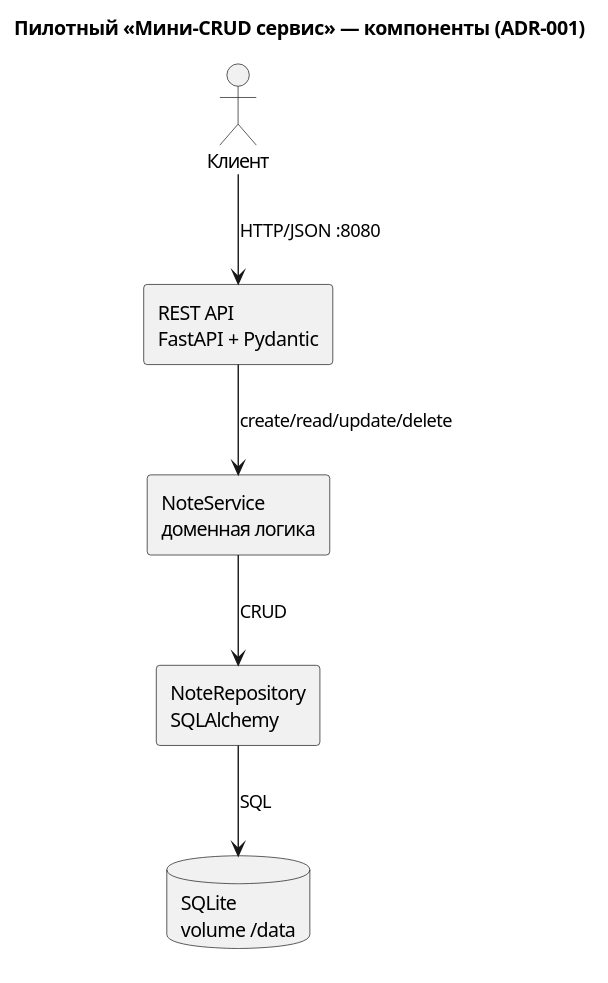
Before: docs/architecture/pilot-components.svg, a diagram exported from PlantUML (serge-sasov/harness). Its diagram source:
```plantuml
@startuml
skinparam componentStyle rectangle
skinparam defaultFontName Segoe UI
title Пилотный «Мини-CRUD сервис» — компоненты (ADR-001)

actor "Клиент" as client
component "REST API\nFastAPI + Pydantic" as api
component "NoteService\nдоменная логика" as svc
component "NoteRepository\nSQLAlchemy" as repo
database "SQLite\nvolume /data" as db

client --> api : HTTP/JSON :8080
api --> svc : create/read/update/delete
svc --> repo : CRUD
repo --> db : SQL
@enduml
```
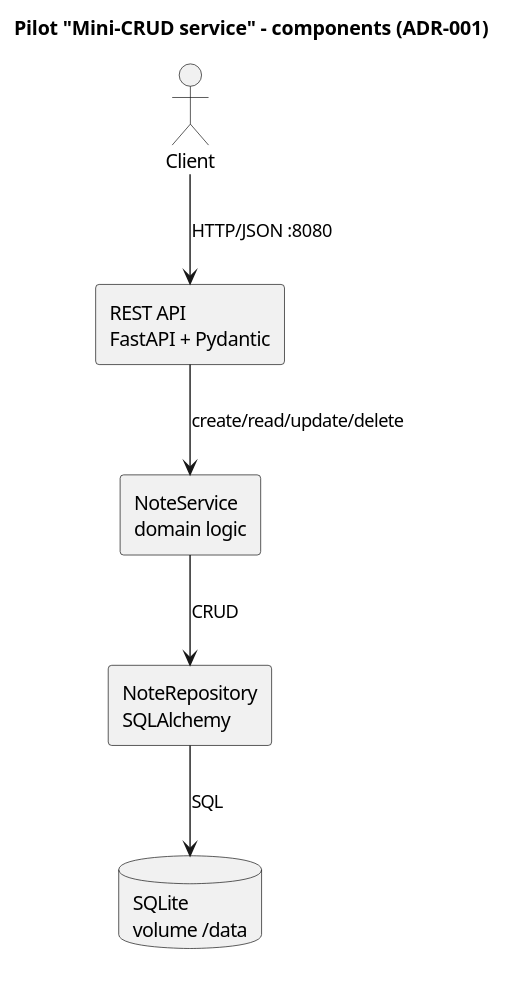
After the change.

Change to the diagram source:
```diff
@@ -1,11 +1,11 @@
 @startuml
 skinparam componentStyle rectangle
 skinparam defaultFontName Segoe UI
-title Пилотный «Мини-CRUD сервис» — компоненты (ADR-001)
+title Pilot "Mini-CRUD service" - components (ADR-001)
 
-actor "Клиент" as client
+actor "Client" as client
 component "REST API\nFastAPI + Pydantic" as api
-component "NoteService\nдоменная логика" as svc
+component "NoteService\ndomain logic" as svc
 component "NoteRepository\nSQLAlchemy" as repo
 database "SQLite\nvolume /data" as db
 
```
